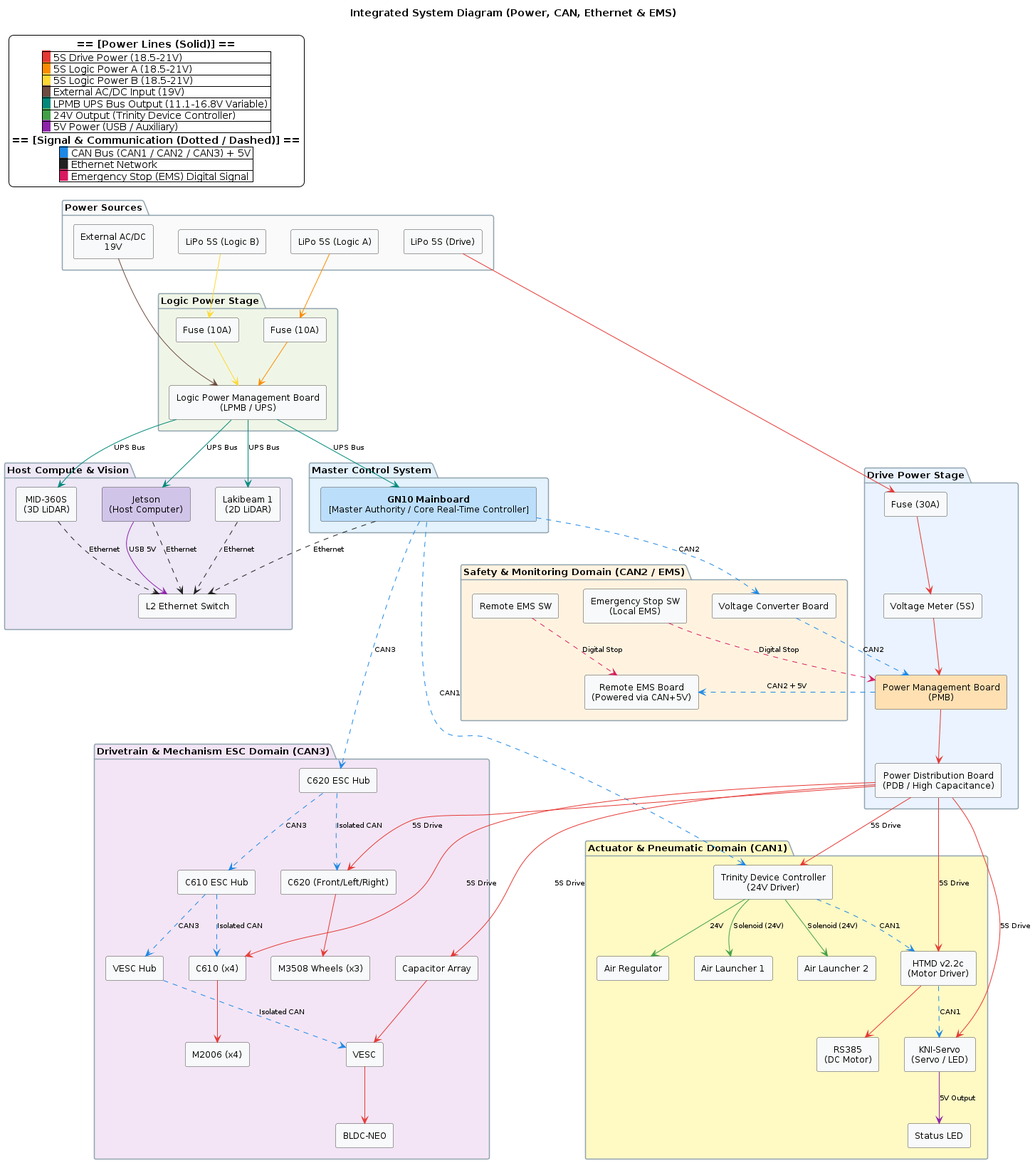
Earlier version of the PlantUML export wireing/wireing diagram.png (tmcit-ararobo-2026a/system-design). Source of this version:
```plantuml
@startuml wireing diagram

title Integrated System Diagram (Power, CAN, Ethernet & EMS)

skinparam componentStyle rectangle
skinparam backgroundColor #FFFFFF
skinparam defaultTextAlignment center
skinparam shadowing false
scale max 4960*3508

skinparam component {
  BackgroundColor #F8F9FA
  BorderColor #444444
  FontSize 12
}

skinparam package {
  BackgroundColor #FAFAFA
  BorderColor #90A4AE
  FontSize 13
  FontStyle bold
}

skinparam ArrowFontSize 10

legend top left
  <b>== [Power Lines (Solid)] ==</b>
  |<back:#E53935>   </back> 5S Drive Power (18.5-21V) |
  |<back:#FB8C00>   </back> 5S Logic Power A (18.5-21V) |
  |<back:#FDD835>   </back> 5S Logic Power B (18.5-21V) |
  |<back:#6D4C41>   </back> External AC/DC Input (19V) |
  |<back:#00897B>   </back> LPMB UPS Bus Output (11.1-16.8V Variable) |
  |<back:#43A047>   </back> 24V Output (Trinity Device Controller) |
  |<back:#8E24AA>   </back> 5V Power (USB / Auxiliary) |
  <b>== [Signal & Communication (Dotted / Dashed)] ==</b>
  |<back:#1E88E5>   </back> CAN Bus (CAN1 / CAN2 / CAN3) + 5V |
  |<back:#212121>   </back> Ethernet Network |
  |<back:#D81B60>   </back> Emergency Stop (EMS) Digital Signal |
endlegend

package "Master Control System" #E3F2FD {
  component "**GN10 Mainboard**\n[Master Authority / Core Real-Time Controller]" as Mainboard #BBDEFB
}

package "Power Sources" {
  component "LiPo 5S (Drive)" as Lipo5S
  component "LiPo 5S (Logic A)" as Lipo5S1
  component "LiPo 5S (Logic B)" as Lipo5S2
  component "External AC/DC\n19V" as External_DC
}

package "Drive Power Stage" #EAF3FF {
  component "Fuse (30A)" as Fuse30A
  component "Voltage Meter (5S)" as VMeter5S
  component "Power Management Board\n(PMB)" as PMB #FFE0B2
  component "Power Distribution Board\n(PDB / High Capacitance)" as PDB
}

package "Logic Power Stage" #F0F6E7 {
  component "Fuse (10A)" as Fuse10A1
  component "Fuse (10A)" as Fuse10A2
  component "Logic Power Management Board\n(LPMB / UPS)" as LPMB
}

Lipo5S -[#E53935]-> Fuse30A
Fuse30A -[#E53935]-> VMeter5S
VMeter5S -[#E53935]-> PMB
PMB -[#E53935]-> PDB

Lipo5S1 -[#FB8C00]-> Fuse10A1
Fuse10A1 -[#FB8C00]-> LPMB
Lipo5S2 -[#FDD835]-> Fuse10A2
Fuse10A2 -[#FDD835]-> LPMB
External_DC -[#6D4C41]-> LPMB

package "Host Compute & Vision" #EDE7F6 {
  component "Jetson\n(Host Computer)" as Jetson #D1C4E9
  component "L2 Ethernet Switch" as L2SW
  component "MID-360S\n(3D LiDAR)" as MID360S
  component "Lakibeam 1\n(2D LiDAR)" as Lakibeam1
}

LPMB -[#00897B]-> Mainboard : UPS Bus
LPMB -[#00897B]-> Jetson : UPS Bus
LPMB -[#00897B]-> MID360S : UPS Bus
LPMB -[#00897B]-> Lakibeam1 : UPS Bus
Jetson -[#8E24AA]-> L2SW : USB 5V

Mainboard .[#212121].> L2SW : Ethernet
Jetson .[#212121].> L2SW : Ethernet
MID360S .[#212121].> L2SW : Ethernet
Lakibeam1 .[#212121].> L2SW : Ethernet

package "Safety & Monitoring Domain (CAN2 / EMS)" #FFF3E0 {
  component "Voltage Converter Board" as VConv
  component "Remote EMS Board\n(Powered via CAN+5V)" as RemoteEMSBoard
  component "Emergency Stop SW\n(Local EMS)" as EMS_SW
  component "Remote EMS SW" as RemoteEMS_SW
}

Mainboard .[#1E88E5].> VConv : CAN2
VConv .[#1E88E5].> PMB : CAN2
PMB .[#1E88E5].> RemoteEMSBoard : CAN2 + 5V

EMS_SW .[#D81B60].> PMB : Digital Stop
RemoteEMS_SW .[#D81B60].> RemoteEMSBoard : Digital Stop

package "Actuator & Pneumatic Domain (CAN1)" #FFF9C4 {
  component "Trinity Device Controller\n(24V Driver)" as Trinity24V
  component "HTMD v2.2c\n(Motor Driver)" as HTMD
  component "RS385\n(DC Motor)" as RS385
  component "KNI-Servo\n(Servo / LED)" as KNI_Servo
  component "Status LED" as LED
  component "Air Regulator" as AirReg
  component "Air Launcher 1" as Air_Desk1
  component "Air Launcher 2" as Air_Desk2
}

PDB -[#E53935]-> Trinity24V : 5S Drive
PDB -[#E53935]-> HTMD : 5S Drive
PDB -[#E53935]-> KNI_Servo : 5S Drive

HTMD -[#E53935]-> RS385
KNI_Servo -[#8E24AA]-> LED : 5V Output
Trinity24V -[#43A047]-> Air_Desk1 : Solenoid (24V)
Trinity24V -[#43A047]-> Air_Desk2 : Solenoid (24V)
Trinity24V -[#43A047]-> AirReg : 24V

Mainboard .[#1E88E5].> Trinity24V : CAN1
Trinity24V .[#1E88E5].> HTMD : CAN1
HTMD .[#1E88E5].> KNI_Servo : CAN1

package "Drivetrain & Mechanism ESC Domain (CAN3)" #F3E5F5 {
  component "C620 ESC Hub" as C620Hub
  component "C610 ESC Hub" as C610Hub
  component "VESC Hub" as VESCHub

  component "C620 (Front/Left/Right)" as C620_Group
  component "M3508 Wheels (x3)" as Wheel_Group
  component "C610 (x4)" as C610
  component "M2006 (x4)" as M2006
  component "Capacitor Array" as C_Arr2
  component "VESC" as VESC
  component "BLDC-NEO" as BLDC_NEO
}

Mainboard .[#1E88E5].> C620Hub : CAN3
C620Hub .[#1E88E5].> C610Hub : CAN3
C610Hub .[#1E88E5].> VESCHub : CAN3

C620Hub .[#1E88E5].> C620_Group : Isolated CAN
C610Hub .[#1E88E5].> C610 : Isolated CAN
VESCHub .[#1E88E5].> VESC : Isolated CAN

PDB -[#E53935]-> C620_Group : 5S Drive
C620_Group -[#E53935]-> Wheel_Group

PDB -[#E53935]-> C610 : 5S Drive
C610 -[#E53935]-> M2006

PDB -[#E53935]-> C_Arr2 : 5S Drive
C_Arr2 -[#E53935]-> VESC
VESC -[#E53935]-> BLDC_NEO

@enduml
```
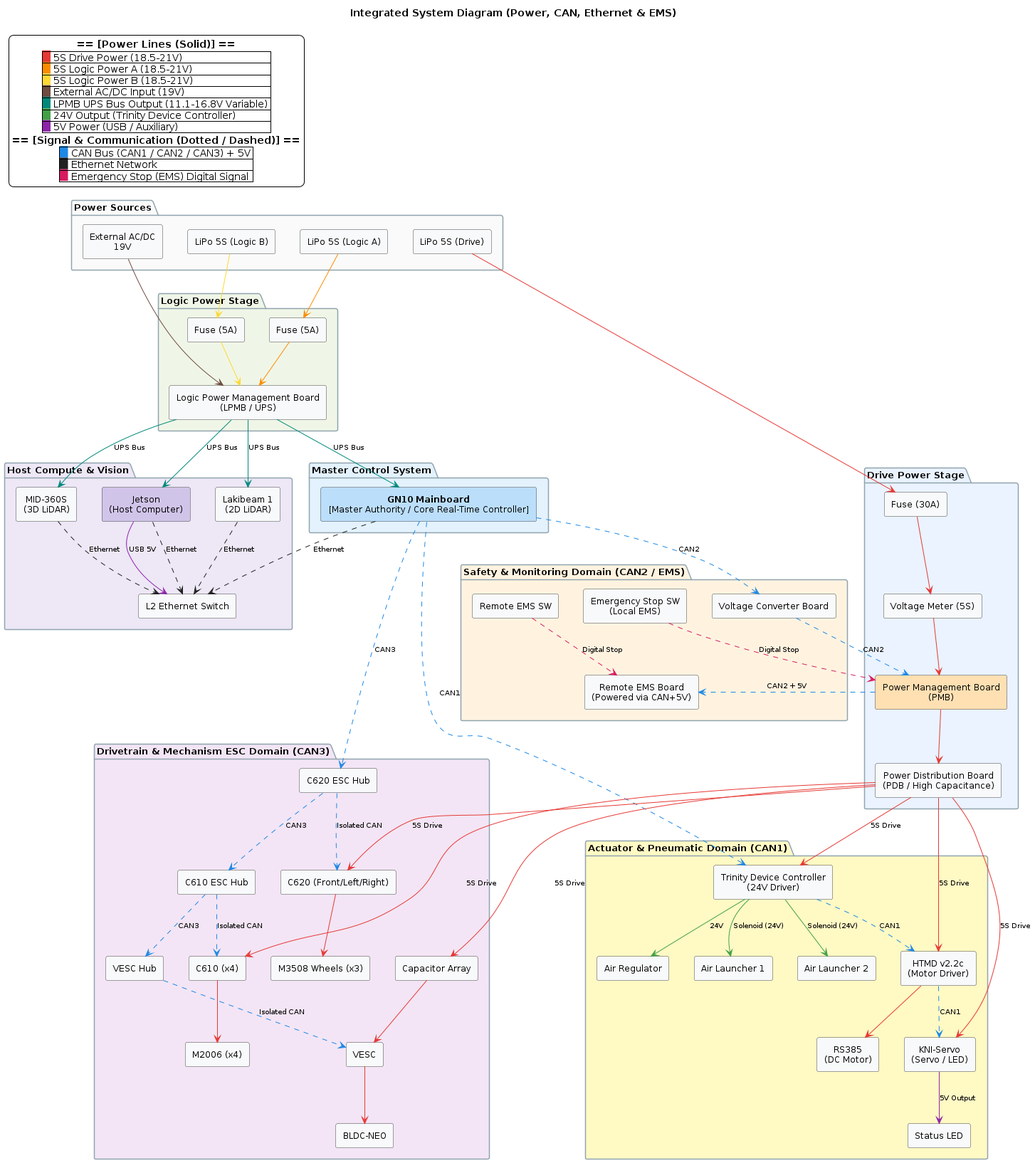
Later version of the same file.

Diff of the diagram source:
```diff
@@ -57,8 +57,8 @@
 }
 
 package "Logic Power Stage" #F0F6E7 {
-  component "Fuse (10A)" as Fuse10A1
-  component "Fuse (10A)" as Fuse10A2
+  component "Fuse (5A)" as Fuse5A1
+  component "Fuse (5A)" as Fuse5A2
   component "Logic Power Management Board\n(LPMB / UPS)" as LPMB
 }
 
@@ -67,10 +67,10 @@
 VMeter5S -[#E53935]-> PMB
 PMB -[#E53935]-> PDB
 
-Lipo5S1 -[#FB8C00]-> Fuse10A1
-Fuse10A1 -[#FB8C00]-> LPMB
-Lipo5S2 -[#FDD835]-> Fuse10A2
-Fuse10A2 -[#FDD835]-> LPMB
+Lipo5S1 -[#FB8C00]-> Fuse5A1
+Fuse5A1 -[#FB8C00]-> LPMB
+Lipo5S2 -[#FDD835]-> Fuse5A2
+Fuse5A2 -[#FDD835]-> LPMB
 External_DC -[#6D4C41]-> LPMB
 
 package "Host Compute & Vision" #EDE7F6 {
```
